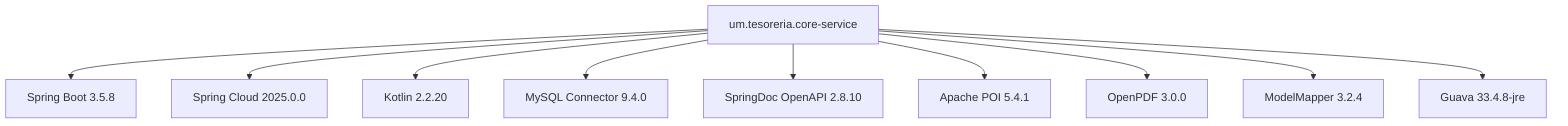
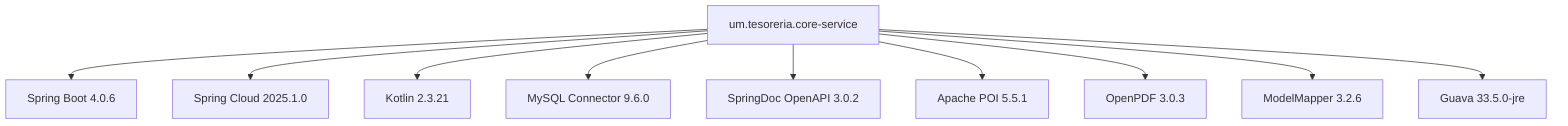
flowchart TD
-     A[um.tesoreria.core-service] --> B[Spring Boot 3.5.8]
-     A --> C[Spring Cloud 2025.0.0]
-     A --> D[Kotlin 2.2.20]
-     A --> E[MySQL Connector 9.4.0]
-     A --> F[SpringDoc OpenAPI 2.8.10]
-     A --> G[Apache POI 5.4.1]
-     A --> H[OpenPDF 3.0.0]
-     A --> I[ModelMapper 3.2.4]
-     A --> J[Guava 33.4.8-jre]
+     A[um.tesoreria.core-service] --> B[Spring Boot 4.0.6]
+     A --> C[Spring Cloud 2025.1.0]
+     A --> D[Kotlin 2.3.21]
+     A --> E[MySQL Connector 9.6.0]
+     A --> F[SpringDoc OpenAPI 3.0.2]
+     A --> G[Apache POI 5.5.1]
+     A --> H[OpenPDF 3.0.3]
+     A --> I[ModelMapper 3.2.6]
+     A --> J[Guava 33.5.0-jre]
